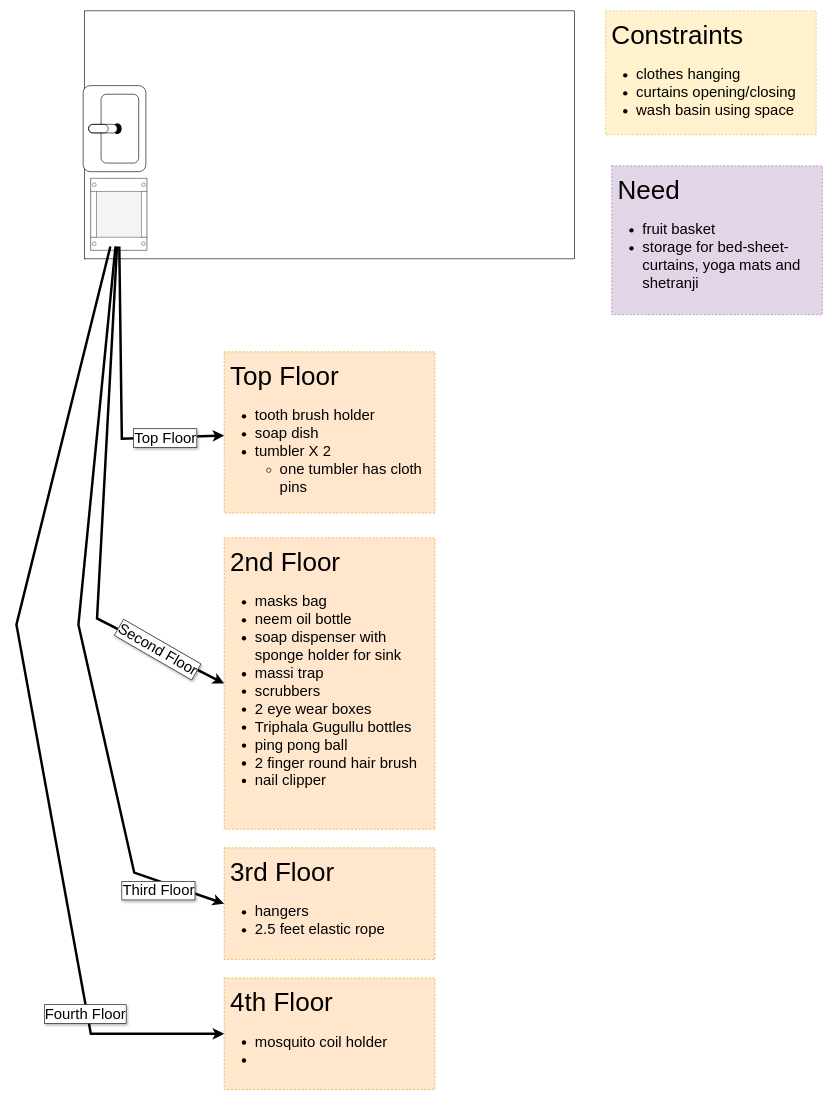
Above: page "Balcony" (1 of 2) of designing_home.drawio in appsparkler/draw.io (draw.io), before the change. Source tidied: cells renumbered, new cells numbered last; positions are measured from the earlier drawing's top-left corner, leaving out a move shared by most shapes. Both pictures are drawn from the tidied source at 62%, with x=0, y=0 at pixel (16, 11).
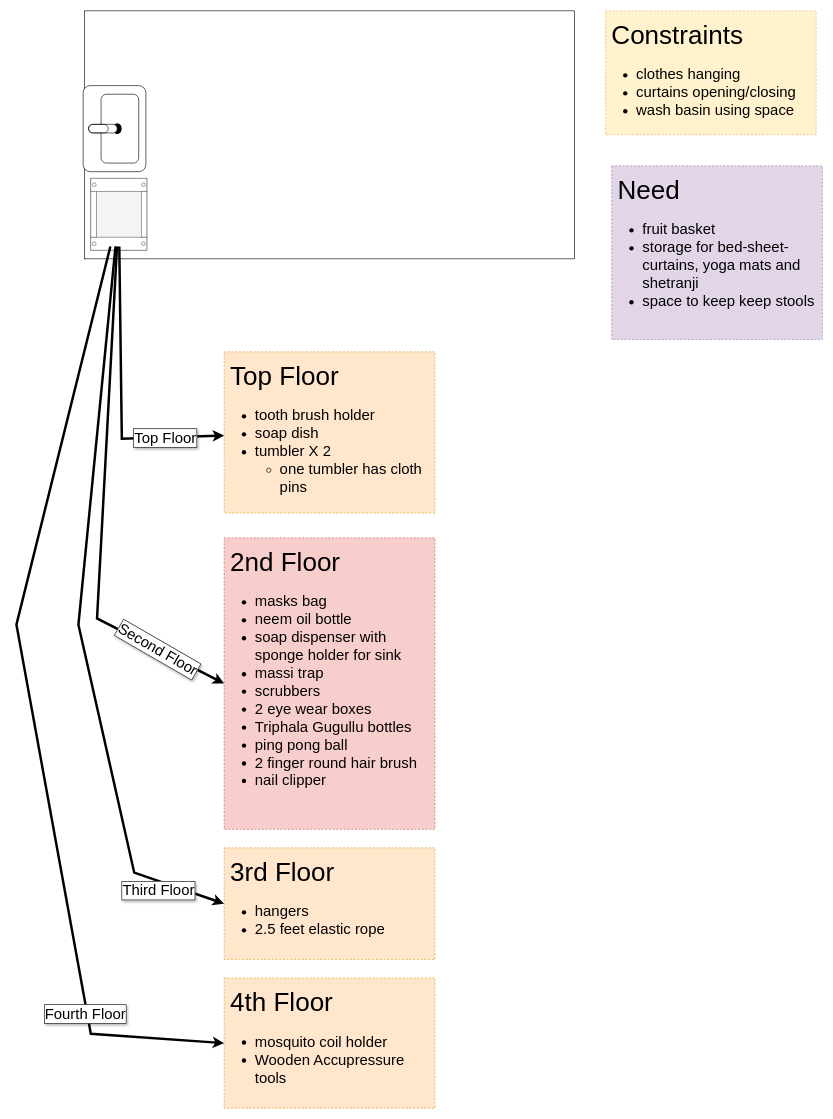
Above is the later version.

Diff of the diagram source:
```diff
@@
-    <mxCell id="9" value="&lt;div&gt;2nd Floor&lt;br&gt;&lt;/div&gt;&lt;div style=&quot;font-size: 24px;&quot;&gt;&lt;ul&gt;&lt;li&gt;masks bag&lt;/li&gt;&lt;li&gt;neem oil bottle&lt;/li&gt;&lt;li&gt;soap dispenser with sponge holder for sink&lt;/li&gt;&lt;li&gt;massi trap&lt;/li&gt;&lt;li&gt;scrubbers&lt;/li&gt;&lt;li&gt;2 eye wear boxes&lt;/li&gt;&lt;li&gt;Triphala Gugullu bottles&lt;/li&gt;&lt;li&gt;ping pong ball&lt;/li&gt;&lt;li&gt;2 finger round hair brush&lt;/li&gt;&lt;li&gt;nail clipper&lt;br&gt;&lt;/li&gt;&lt;/ul&gt;&lt;/div&gt;" style="whiteSpace=wrap;html=1;fillColor=#ffe6cc;strokeColor=#d79b00;dashed=1;align=left;verticalAlign=top;fontSize=42;spacing=10;" parent="1" vertex="1">
+    <mxCell id="9" value="&lt;div&gt;2nd Floor&lt;br&gt;&lt;/div&gt;&lt;div style=&quot;font-size: 24px;&quot;&gt;&lt;ul&gt;&lt;li&gt;masks bag&lt;/li&gt;&lt;li&gt;neem oil bottle&lt;/li&gt;&lt;li&gt;soap dispenser with sponge holder for sink&lt;/li&gt;&lt;li&gt;massi trap&lt;/li&gt;&lt;li&gt;scrubbers&lt;/li&gt;&lt;li&gt;2 eye wear boxes&lt;/li&gt;&lt;li&gt;Triphala Gugullu bottles&lt;/li&gt;&lt;li&gt;ping pong ball&lt;/li&gt;&lt;li&gt;2 finger round hair brush&lt;/li&gt;&lt;li&gt;nail clipper&lt;br&gt;&lt;/li&gt;&lt;/ul&gt;&lt;/div&gt;" style="whiteSpace=wrap;html=1;fillColor=#f8cecc;strokeColor=#b85450;dashed=1;align=left;verticalAlign=top;fontSize=42;spacing=10;" parent="1" vertex="1">
       <mxGeometry x="335" y="850" width="340" height="470" as="geometry" />
     </mxCell>
@@
-    <mxCell id="15" value="&lt;div&gt;Need&lt;/div&gt;&lt;div style=&quot;font-size: 24px;&quot;&gt;&lt;ul&gt;&lt;li&gt;fruit basket&lt;/li&gt;&lt;li&gt;storage for bed-sheet-curtains, yoga mats and shetranji &lt;/li&gt;&lt;/ul&gt;&lt;/div&gt;" style="whiteSpace=wrap;html=1;fillColor=#e1d5e7;strokeColor=#9673a6;dashed=1;align=left;verticalAlign=top;fontSize=42;spacing=10;" parent="1" vertex="1">
-      <mxGeometry x="960" y="250" width="340" height="240" as="geometry" />
+    <mxCell id="15" value="&lt;div&gt;Need&lt;/div&gt;&lt;div style=&quot;font-size: 24px;&quot;&gt;&lt;ul&gt;&lt;li&gt;fruit basket&lt;/li&gt;&lt;li&gt;storage for bed-sheet-curtains, yoga mats and shetranji &lt;/li&gt;&lt;li&gt;space to keep keep stools&lt;br&gt;&lt;/li&gt;&lt;/ul&gt;&lt;/div&gt;" style="whiteSpace=wrap;html=1;fillColor=#e1d5e7;strokeColor=#9673a6;dashed=1;align=left;verticalAlign=top;fontSize=42;spacing=10;" parent="1" vertex="1">
+      <mxGeometry x="960" y="250" width="340" height="280" as="geometry" />
     </mxCell>
-    <mxCell id="16" value="&lt;div&gt;4th Floor&lt;br&gt;&lt;/div&gt;&lt;div style=&quot;font-size: 24px;&quot;&gt;&lt;ul&gt;&lt;li&gt;mosquito coil holder&lt;br&gt;&lt;/li&gt;&lt;li&gt;&lt;br&gt;&lt;/li&gt;&lt;/ul&gt;&lt;/div&gt;" style="whiteSpace=wrap;html=1;fillColor=#ffe6cc;strokeColor=#d79b00;dashed=1;align=left;verticalAlign=top;fontSize=42;spacing=10;" parent="1" vertex="1">
-      <mxGeometry x="335" y="1560" width="340" height="180" as="geometry" />
+    <mxCell id="16" value="&lt;div&gt;4th Floor&lt;br&gt;&lt;/div&gt;&lt;div style=&quot;font-size: 24px;&quot;&gt;&lt;ul&gt;&lt;li&gt;mosquito coil holder&lt;br&gt;&lt;/li&gt;&lt;li&gt;Wooden Accupressure tools&lt;br&gt;&lt;/li&gt;&lt;/ul&gt;&lt;/div&gt;" style="whiteSpace=wrap;html=1;fillColor=#ffe6cc;strokeColor=#d79b00;dashed=1;align=left;verticalAlign=top;fontSize=42;spacing=10;" parent="1" vertex="1">
+      <mxGeometry x="335" y="1560" width="340" height="210" as="geometry" />
     </mxCell>
```
